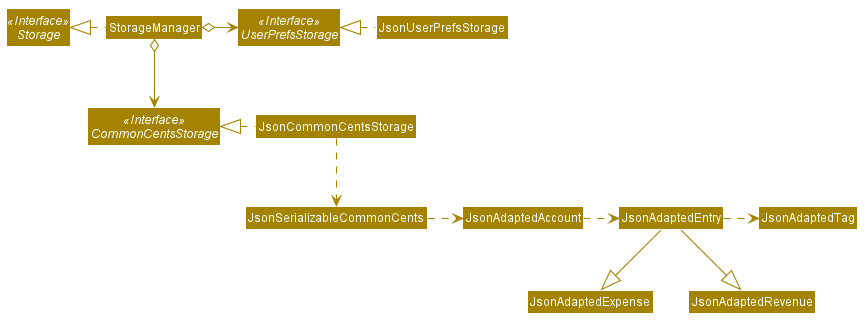
Before: docs/images/StorageClassDiagram.png, a diagram exported from PlantUML (nus-cs2103-AY2021S1/tp).
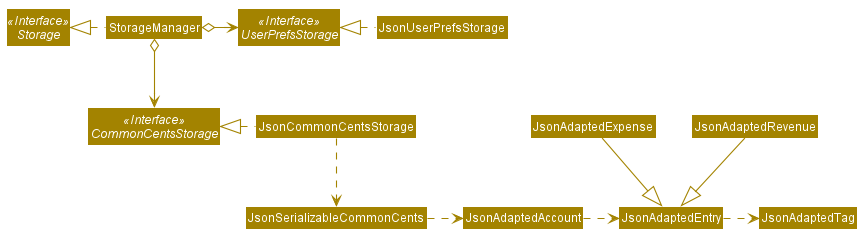
The same file after the commit.

Commit message:
Fix Storage class diagram

Change to the diagram source:
```diff
@@ -71,6 +71,6 @@
 JsonAdaptedAccount .right.> JsonAdaptedEntry
 JsonAdaptedEntry .right.> JsonAdaptedTag
 
-JsonAdaptedEntry --|> JsonAdaptedExpense
-JsonAdaptedEntry --|> JsonAdaptedRevenue
+JsonAdaptedExpense --|> JsonAdaptedEntry
+JsonAdaptedRevenue --|> JsonAdaptedEntry
 @enduml
```
